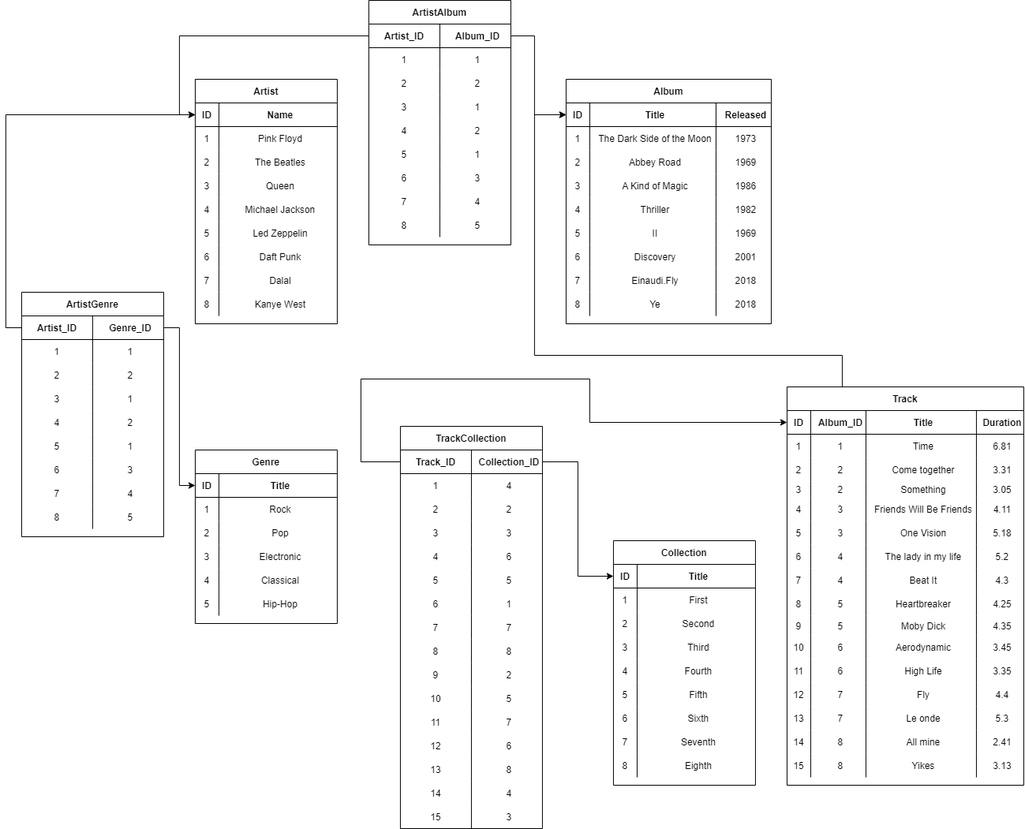
Before: hw_select.png, a diagram exported from draw.io (Zhaandoo/homework_select). Source tidied: cells renumbered, new cells last; positions are measured from the earlier drawing's top-left corner, leaving out a move shared by most shapes.
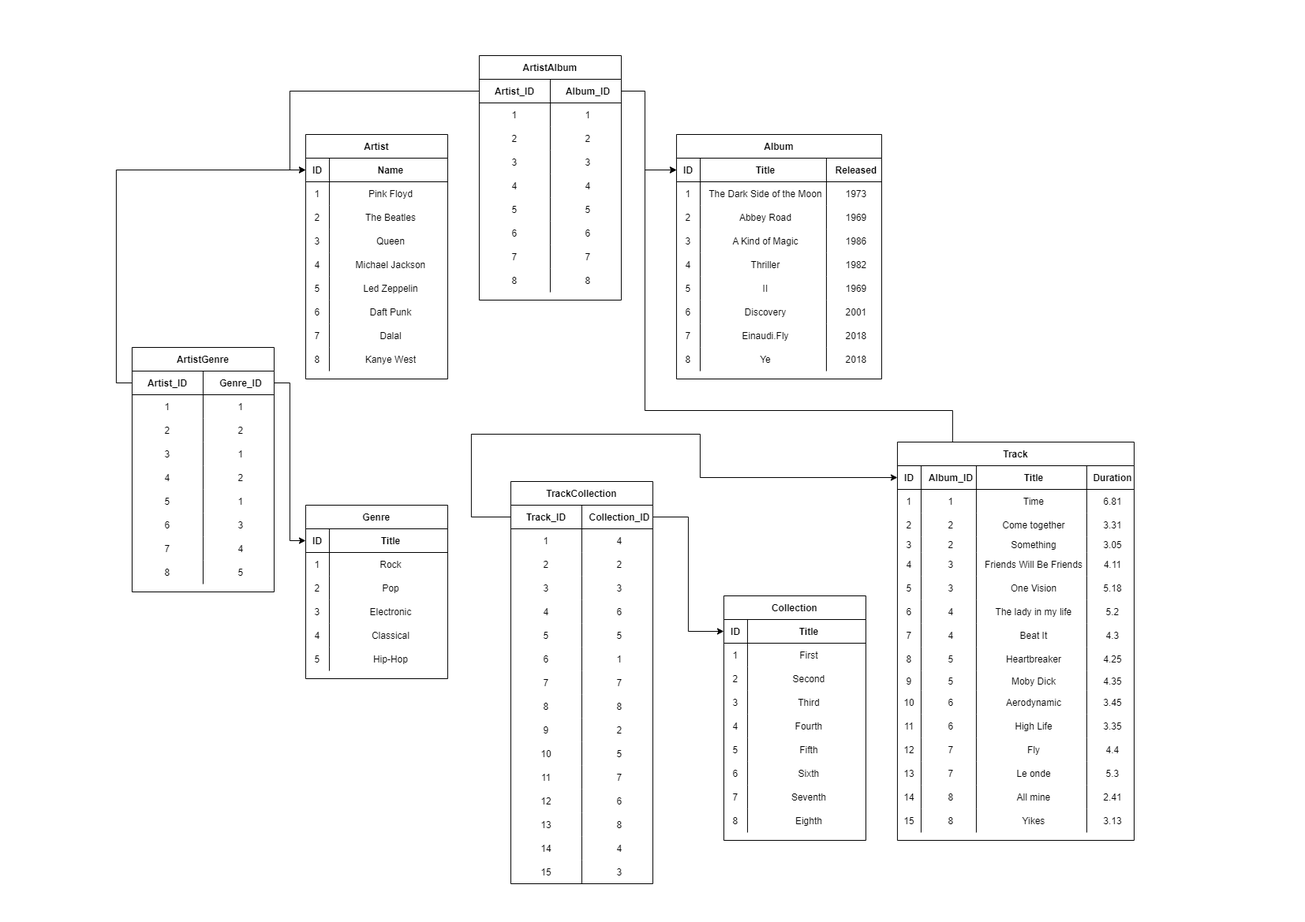
The same diagram one commit later.

The edit, as a diff of the source:
```diff
@@ -374,7 +374,7 @@
     <mxCell id="125" value="3" style="shape=partialRectangle;fillColor=none;top=0;left=0;bottom=0;right=0;overflow=hidden;align=center;" parent="124" vertex="1">
       <mxGeometry width="90" height="30" as="geometry" />
     </mxCell>
-    <mxCell id="126" value="1" style="shape=partialRectangle;fillColor=none;top=0;left=0;bottom=0;right=0;align=center;spacingLeft=6;overflow=hidden;" parent="124" vertex="1">
+    <mxCell id="126" value="3" style="shape=partialRectangle;fillColor=none;top=0;left=0;bottom=0;right=0;align=center;spacingLeft=6;overflow=hidden;" parent="124" vertex="1">
       <mxGeometry x="90" width="90" height="30" as="geometry" />
     </mxCell>
     <mxCell id="127" style="shape=partialRectangle;fillColor=none;top=0;left=0;bottom=0;right=0;align=center;" parent="114" vertex="1">
@@ -383,7 +383,7 @@
     <mxCell id="128" value="4" style="shape=partialRectangle;fillColor=none;top=0;left=0;bottom=0;right=0;overflow=hidden;align=center;" parent="127" vertex="1">
       <mxGeometry width="90" height="30" as="geometry" />
     </mxCell>
-    <mxCell id="129" value="2" style="shape=partialRectangle;fillColor=none;top=0;left=0;bottom=0;right=0;align=center;spacingLeft=6;overflow=hidden;" parent="127" vertex="1">
+    <mxCell id="129" value="4" style="shape=partialRectangle;fillColor=none;top=0;left=0;bottom=0;right=0;align=center;spacingLeft=6;overflow=hidden;" parent="127" vertex="1">
       <mxGeometry x="90" width="90" height="30" as="geometry" />
     </mxCell>
     <mxCell id="130" style="shape=partialRectangle;fillColor=none;top=0;left=0;bottom=0;right=0;align=center;" parent="114" vertex="1">
@@ -392,7 +392,7 @@
     <mxCell id="131" value="5" style="shape=partialRectangle;fillColor=none;top=0;left=0;bottom=0;right=0;overflow=hidden;align=center;" parent="130" vertex="1">
       <mxGeometry width="90" height="30" as="geometry" />
     </mxCell>
-    <mxCell id="132" value="1" style="shape=partialRectangle;fillColor=none;top=0;left=0;bottom=0;right=0;align=center;spacingLeft=6;overflow=hidden;" parent="130" vertex="1">
+    <mxCell id="132" value="5" style="shape=partialRectangle;fillColor=none;top=0;left=0;bottom=0;right=0;align=center;spacingLeft=6;overflow=hidden;" parent="130" vertex="1">
       <mxGeometry x="90" width="90" height="30" as="geometry" />
     </mxCell>
     <mxCell id="133" style="shape=partialRectangle;fillColor=none;top=0;left=0;bottom=0;right=0;align=center;" parent="114" vertex="1">
@@ -401,7 +401,7 @@
     <mxCell id="134" value="6" style="shape=partialRectangle;fillColor=none;top=0;left=0;bottom=0;right=0;overflow=hidden;align=center;" parent="133" vertex="1">
       <mxGeometry width="90" height="30" as="geometry" />
     </mxCell>
-    <mxCell id="135" value="3" style="shape=partialRectangle;fillColor=none;top=0;left=0;bottom=0;right=0;align=center;spacingLeft=6;overflow=hidden;" parent="133" vertex="1">
+    <mxCell id="135" value="6" style="shape=partialRectangle;fillColor=none;top=0;left=0;bottom=0;right=0;align=center;spacingLeft=6;overflow=hidden;" parent="133" vertex="1">
       <mxGeometry x="90" width="90" height="30" as="geometry" />
     </mxCell>
     <mxCell id="136" style="shape=partialRectangle;fillColor=none;top=0;left=0;bottom=0;right=0;align=center;" parent="114" vertex="1">
@@ -410,7 +410,7 @@
     <mxCell id="137" value="7" style="shape=partialRectangle;fillColor=none;top=0;left=0;bottom=0;right=0;overflow=hidden;align=center;" parent="136" vertex="1">
       <mxGeometry width="90" height="30" as="geometry" />
     </mxCell>
-    <mxCell id="138" value="4" style="shape=partialRectangle;fillColor=none;top=0;left=0;bottom=0;right=0;align=center;spacingLeft=6;overflow=hidden;" parent="136" vertex="1">
+    <mxCell id="138" value="7" style="shape=partialRectangle;fillColor=none;top=0;left=0;bottom=0;right=0;align=center;spacingLeft=6;overflow=hidden;" parent="136" vertex="1">
       <mxGeometry x="90" width="90" height="30" as="geometry" />
     </mxCell>
     <mxCell id="139" style="shape=partialRectangle;fillColor=none;top=0;left=0;bottom=0;right=0;align=center;" parent="114" vertex="1">
@@ -419,7 +419,7 @@
     <mxCell id="140" value="8" style="shape=partialRectangle;fillColor=none;top=0;left=0;bottom=0;right=0;overflow=hidden;align=center;" parent="139" vertex="1">
       <mxGeometry width="90" height="30" as="geometry" />
     </mxCell>
-    <mxCell id="141" value="5" style="shape=partialRectangle;fillColor=none;top=0;left=0;bottom=0;right=0;align=center;spacingLeft=6;overflow=hidden;" parent="139" vertex="1">
+    <mxCell id="141" value="8" style="shape=partialRectangle;fillColor=none;top=0;left=0;bottom=0;right=0;align=center;spacingLeft=6;overflow=hidden;" parent="139" vertex="1">
       <mxGeometry x="90" width="90" height="30" as="geometry" />
     </mxCell>
     <mxCell id="142" style="edgeStyle=orthogonalEdgeStyle;rounded=0;jettySize=auto;html=1;entryX=0;entryY=0.5;entryDx=0;entryDy=0;align=center;" parent="1" edge="1" source="144" target="78">
```
